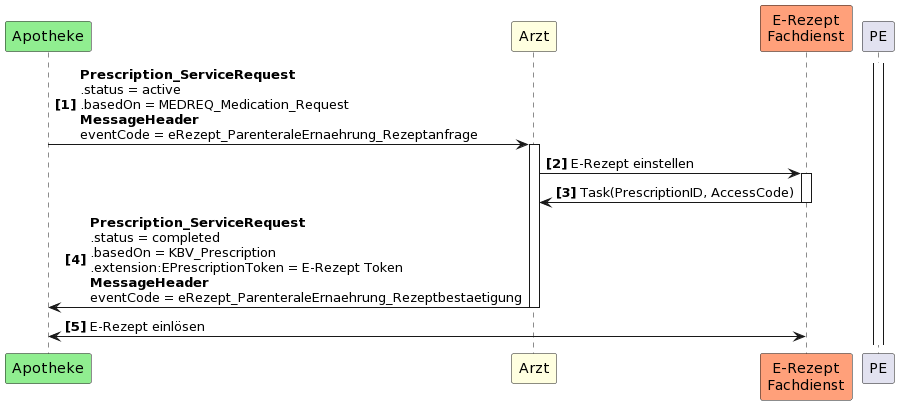
Above: guides/ig-rezeptanforderung/images/puml_images/UC4.png in gematik/spec-E-Rezept-ServiceRequest (PlantUML), before the change.
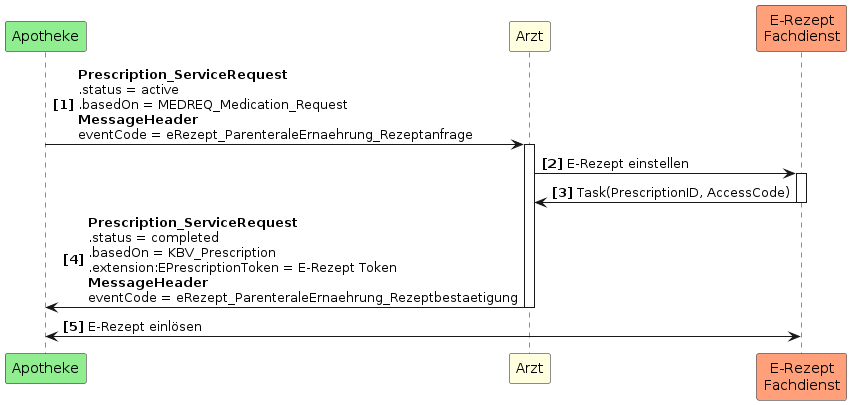
After the commit.

Commit message:
Remove erroneous participant in UC4 puml

Diff of the diagram source:
```diff
@@ -1,13 +1,13 @@
-@startuml
+@startuml UC4
 autonumber "<b>[0]"
 participant Apotheke as AP #LightGreen
 participant Arzt as A #LightYellow
 participant "E-Rezept\nFachdienst" as FD #LightSalmon
 
-activate PE
 AP -> A++: <b>Prescription_ServiceRequest \n.status = active \n.basedOn = MEDREQ_Medication_Request \n<b>MessageHeader\neventCode = eRezept_ParenteraleErnaehrung_Rezeptanfrage
 A -> FD++: E-Rezept einstellen
 FD -> A--: Task(PrescriptionID, AccessCode)
 A -> AP--: <b>Prescription_ServiceRequest \n.status = completed \n.basedOn = KBV_Prescription \n.extension:EPrescriptionToken = E-Rezept Token\n<b>MessageHeader\neventCode = eRezept_ParenteraleErnaehrung_Rezeptbestaetigung
 AP <-> FD: E-Rezept einlösen
+
 @enduml
```
